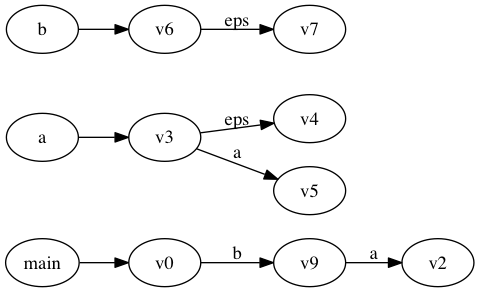
Before: cfg.dot.png, a diagram exported from Graphviz (sdierauf/automata-and-languages-lab2). Its source is kept beside it as cfg.dot.
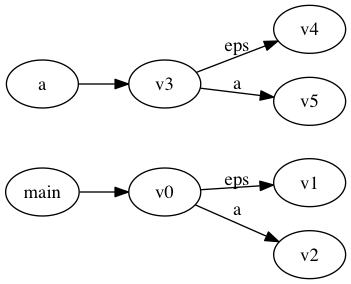
After the change.

What changed in the source:
```diff
@@ -1,11 +1,9 @@
 digraph finite_state_machine {
 	rankdir=LR;
 	main ->  v0;
-	v0 -> v9 [ label = "b"];
-	v9 -> v2 [ label = "a"];
+	v0 -> v1 [ label = "eps"];
+	v0 -> v2 [ label = "a"];
 	a ->  v3;
 	v3 -> v4 [ label = "eps"];
 	v3 -> v5 [ label = "a"];
-	b ->  v6;
-	v6 -> v7 [ label = "eps"];
 }
```
